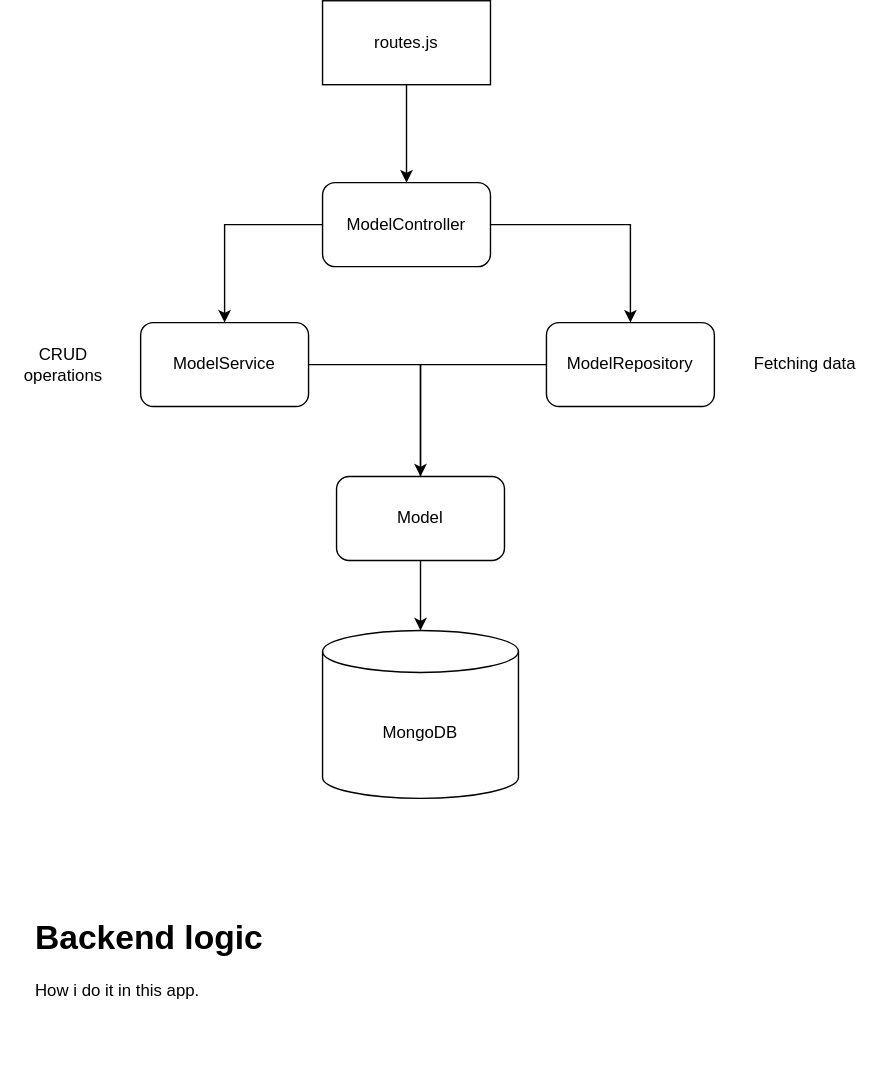
This is diagram.svg from corprusCheese/express, a draw.io export, as it was before one commit. Source tidied: cells renumbered, new cells last; positions are measured from the earlier drawing's top-left corner, leaving out a move shared by most shapes.
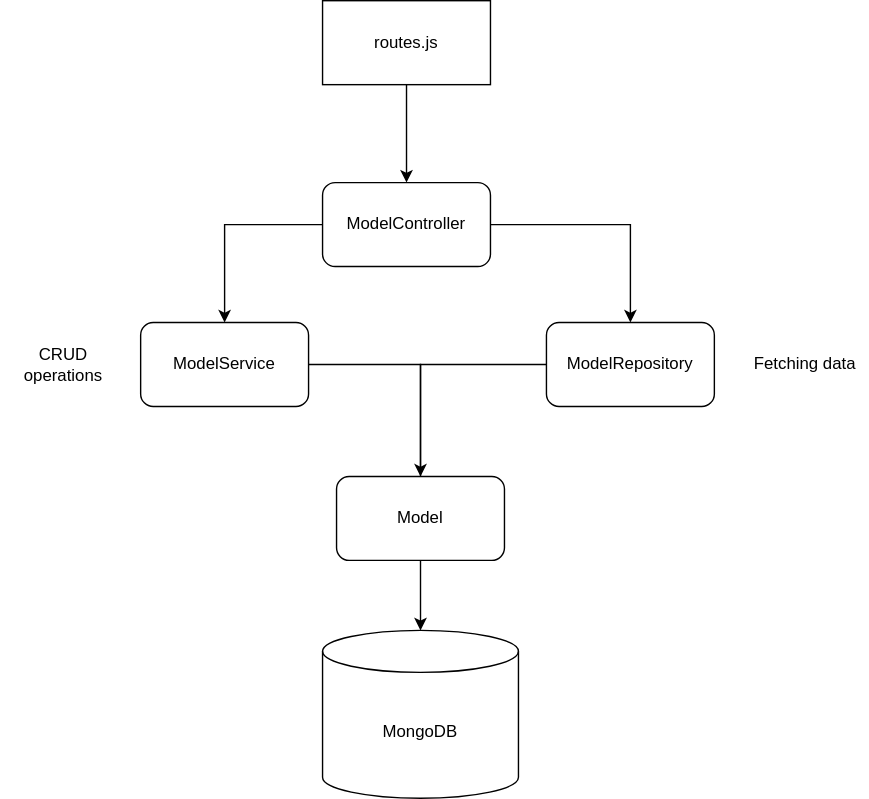
After the commit.

The edit, as a diff of the source:
```diff
@@ -47,8 +47,5 @@
     <mxCell id="16" value="MongoDB&lt;br&gt;" style="shape=cylinder3;whiteSpace=wrap;html=1;boundedLbl=1;backgroundOutline=1;size=15;" parent="1" vertex="1">
       <mxGeometry x="230" y="450" width="140" height="120" as="geometry" />
     </mxCell>
-    <mxCell id="17" value="&lt;h1&gt;Backend logic&lt;/h1&gt;&lt;p&gt;How i do it in this app.&lt;/p&gt;" style="text;html=1;strokeColor=none;fillColor=none;spacing=5;spacingTop=-20;whiteSpace=wrap;overflow=hidden;rounded=0;" parent="1" vertex="1">
-      <mxGeometry x="20" y="650" width="190" height="120" as="geometry" />
-    </mxCell>
   </root>
 </mxGraphModel>
```
